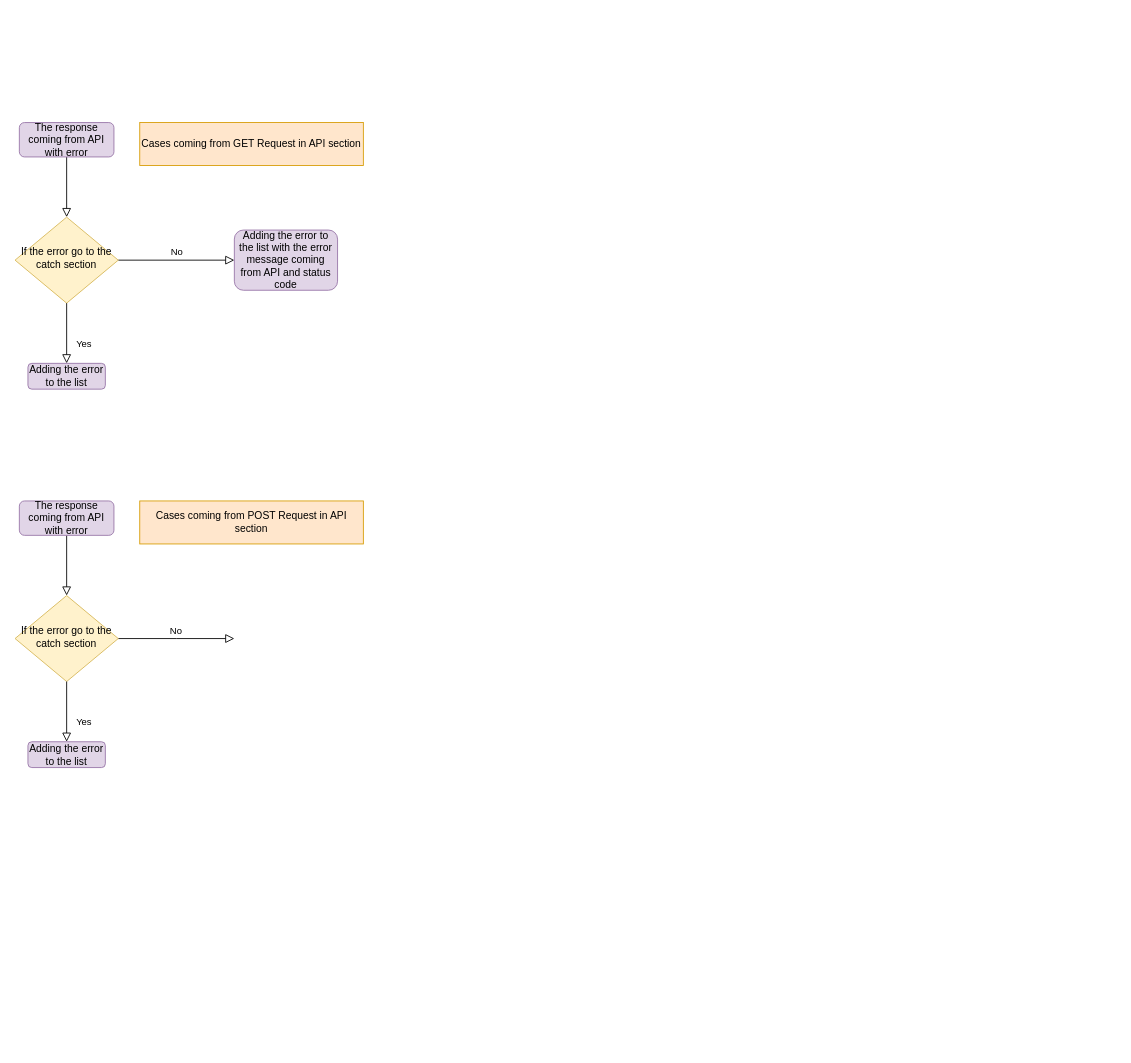
Above: Untitled Diagram.drawio in NadimAttar-developer/NLog (draw.io), before the change. Source tidied: cells renumbered, new cells numbered last; positions are measured from the earlier drawing's top-left corner, leaving out a move shared by most shapes. Both pictures are drawn from the tidied source at 86%, with x=0, y=0 at pixel (15, 122).
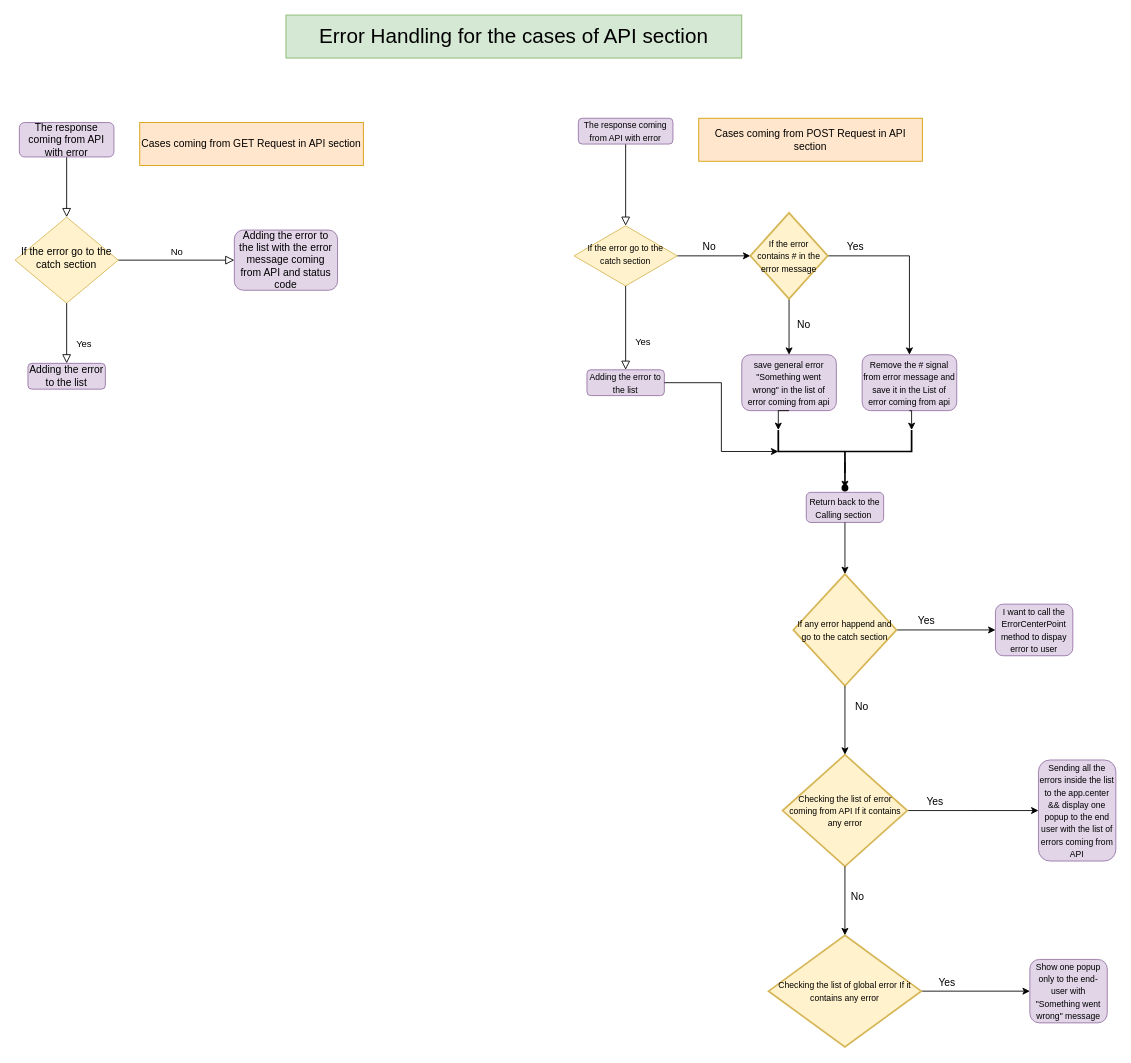
After the change.

Diff of the diagram source:
```diff
@@
-    <mxCell id="11" value="The response coming from API with error" style="rounded=1;whiteSpace=wrap;html=1;fontSize=12;glass=0;strokeWidth=1;shadow=0;fillColor=#e1d5e7;strokeColor=#9673a6;" parent="1" vertex="1">
-      <mxGeometry x="5" y="440" width="110" height="40" as="geometry" />
+    <mxCell id="11" value="&lt;font style=&quot;font-size: 10px;&quot;&gt;The response coming from API with error&lt;/font&gt;" style="rounded=1;whiteSpace=wrap;html=1;fontSize=12;glass=0;strokeWidth=1;shadow=0;fillColor=#e1d5e7;strokeColor=#9673a6;" parent="1" vertex="1">
+      <mxGeometry x="655" y="-5" width="110" height="30" as="geometry" />
     </mxCell>
-    <mxCell id="12" value="No" style="edgeStyle=orthogonalEdgeStyle;rounded=0;html=1;jettySize=auto;fontSize=11;endArrow=block;endFill=0;endSize=8;strokeWidth=1;shadow=0;labelBackgroundColor=none;" parent="1" edge="1" source="13">
-      <mxGeometry y="10" relative="1" as="geometry">
-        <mxPoint x="255" y="600" as="targetPoint" />
-      </mxGeometry>
-    </mxCell>
+    <mxCell id="17" style="edgeStyle=orthogonalEdgeStyle;rounded=0;jettySize=auto;html=1;" parent="1" edge="1" source="13" target="20">
+      <mxGeometry relative="1" as="geometry" />
+    </mxCell>
-    <mxCell id="13" value="If the error go to the catch section" style="rhombus;whiteSpace=wrap;html=1;shadow=0;fontFamily=Helvetica;fontSize=12;align=center;strokeWidth=1;spacing=6;spacingTop=-4;fillColor=#fff2cc;strokeColor=#d6b656;" parent="1" vertex="1">
-      <mxGeometry y="550" width="120" height="100" as="geometry" />
+    <mxCell id="13" value="&lt;font style=&quot;font-size: 10px;&quot;&gt;If the error go to the catch section&lt;/font&gt;" style="rhombus;whiteSpace=wrap;html=1;shadow=0;fontFamily=Helvetica;fontSize=12;align=center;strokeWidth=1;spacing=6;spacingTop=-4;fillColor=#fff2cc;strokeColor=#d6b656;" parent="1" vertex="1">
+      <mxGeometry x="650" y="120" width="120" height="70" as="geometry" />
     </mxCell>
     <mxCell id="14" value="Yes" style="rounded=0;html=1;jettySize=auto;fontSize=11;endArrow=block;endFill=0;endSize=8;strokeWidth=1;shadow=0;labelBackgroundColor=none;edgeStyle=orthogonalEdgeStyle;exitX=0.5;exitY=1;exitDx=0;exitDy=0;" parent="1" edge="1" source="13" target="15">
-      <mxGeometry x="0.33" y="20" relative="1" as="geometry" />
+      <mxGeometry x="0.34" y="20" relative="1" as="geometry" />
     </mxCell>
-    <mxCell id="15" value="Adding the error to the list" style="rounded=1;whiteSpace=wrap;html=1;fontSize=12;glass=0;strokeWidth=1;shadow=0;fillColor=#e1d5e7;strokeColor=#9673a6;" parent="1" vertex="1">
-      <mxGeometry x="15" y="720" width="90" height="30" as="geometry" />
+    <mxCell id="15" value="&lt;font style=&quot;font-size: 10px;&quot;&gt;Adding the error to the list&lt;/font&gt;" style="rounded=1;whiteSpace=wrap;html=1;fontSize=12;glass=0;strokeWidth=1;shadow=0;fillColor=#e1d5e7;strokeColor=#9673a6;" parent="1" vertex="1">
+      <mxGeometry x="665" y="287.5" width="90" height="30" as="geometry" />
     </mxCell>
     <mxCell id="16" value="Cases coming from POST Request in API section" style="rounded=0;whiteSpace=wrap;html=1;fillColor=#ffe6cc;strokeColor=#d79b00;" parent="1" vertex="1">
-      <mxGeometry x="145" y="440" width="260" height="50" as="geometry" />
+      <mxGeometry x="795" y="-5" width="260" height="50" as="geometry" />
     </mxCell>
+    <mxCell id="18" style="edgeStyle=orthogonalEdgeStyle;rounded=0;jettySize=auto;html=1;" parent="1" edge="1" source="20" target="22">
+      <mxGeometry relative="1" as="geometry" />
+    </mxCell>
+    <mxCell id="19" style="edgeStyle=orthogonalEdgeStyle;rounded=0;jettySize=auto;html=1;entryX=0.5;entryY=0;entryDx=0;entryDy=0;" parent="1" edge="1" source="20" target="24">
+      <mxGeometry relative="1" as="geometry" />
+    </mxCell>
+    <mxCell id="20" value="&lt;font style=&quot;font-size: 10px;&quot;&gt;If the error &lt;br&gt;contains # in the error message&lt;/font&gt;" style="strokeWidth=2;html=1;shape=mxgraph.flowchart.decision;whiteSpace=wrap;fillColor=#fff2cc;strokeColor=#d6b656;" parent="1" vertex="1">
+      <mxGeometry x="855" y="105" width="90" height="100" as="geometry" />
+    </mxCell>
+    <mxCell id="21" value="No" style="text;html=1;strokeColor=none;fillColor=none;align=center;verticalAlign=middle;whiteSpace=wrap;rounded=0;" parent="1" vertex="1">
+      <mxGeometry x="785" y="135" width="45" height="20" as="geometry" />
+    </mxCell>
+    <mxCell id="22" value="&lt;font style=&quot;font-size: 10px;&quot;&gt;Remove the # signal from error message and save it in the List of error coming from api&lt;/font&gt;" style="rounded=1;whiteSpace=wrap;html=1;fontSize=12;glass=0;strokeWidth=1;shadow=0;fillColor=#e1d5e7;strokeColor=#9673a6;" parent="1" vertex="1">
+      <mxGeometry x="985" y="270" width="110" height="65" as="geometry" />
+    </mxCell>
+    <mxCell id="23" value="Yes" style="text;html=1;strokeColor=none;fillColor=none;align=center;verticalAlign=middle;whiteSpace=wrap;rounded=0;" parent="1" vertex="1">
+      <mxGeometry x="955" y="135" width="45" height="20" as="geometry" />
+    </mxCell>
+    <mxCell id="24" value="&lt;font style=&quot;font-size: 10px;&quot;&gt;save general error &quot;Something went wrong&quot; in the list of error coming from api&lt;/font&gt;" style="rounded=1;whiteSpace=wrap;html=1;fontSize=12;glass=0;strokeWidth=1;shadow=0;fillColor=#e1d5e7;strokeColor=#9673a6;" parent="1" vertex="1">
+      <mxGeometry x="845" y="270" width="110" height="65" as="geometry" />
+    </mxCell>
+    <mxCell id="25" value="No" style="text;html=1;strokeColor=none;fillColor=none;align=center;verticalAlign=middle;whiteSpace=wrap;rounded=0;" parent="1" vertex="1">
+      <mxGeometry x="895" y="225" width="45" height="20" as="geometry" />
+    </mxCell>
+    <mxCell id="26" style="edgeStyle=orthogonalEdgeStyle;rounded=0;jettySize=auto;html=1;" parent="1" edge="1" source="27" target="31">
+      <mxGeometry relative="1" as="geometry" />
+    </mxCell>
+    <mxCell id="27" style="strokeWidth=2;html=1;shape=mxgraph.flowchart.annotation_2;align=left;labelPosition=right;rotation=-90;" parent="1" vertex="1">
+      <mxGeometry x="940" y="305" width="50" height="155" as="geometry" />
+    </mxCell>
+    <mxCell id="28" style="edgeStyle=orthogonalEdgeStyle;rounded=0;jettySize=auto;html=1;exitX=0.5;exitY=1;exitDx=0;exitDy=0;entryX=1;entryY=1;entryDx=0;entryDy=0;entryPerimeter=0;" parent="1" edge="1" source="22" target="27">
+      <mxGeometry relative="1" as="geometry" />
+    </mxCell>
+    <mxCell id="29" style="edgeStyle=orthogonalEdgeStyle;rounded=0;jettySize=auto;html=1;exitX=0.5;exitY=1;exitDx=0;exitDy=0;entryX=1;entryY=0;entryDx=0;entryDy=0;entryPerimeter=0;" parent="1" edge="1" source="24" target="27">
+      <mxGeometry relative="1" as="geometry" />
+    </mxCell>
+    <mxCell id="30" value="&lt;font style=&quot;font-size: 10px;&quot;&gt;Return back to the Calling section&amp;nbsp;&lt;/font&gt;" style="rounded=1;whiteSpace=wrap;html=1;fontSize=12;glass=0;strokeWidth=1;shadow=0;fillColor=#e1d5e7;strokeColor=#9673a6;" parent="1" vertex="1">
+      <mxGeometry x="920" y="430" width="90" height="35" as="geometry" />
+    </mxCell>
+    <mxCell id="31" style="shape=waypoint;sketch=0;size=6;points=[];fillColor=default;perimeter=centerPerimeter;snapToPoint=1;align=left;strokeWidth=2;" parent="1" vertex="1">
+      <mxGeometry x="955" y="415" width="20" height="20" as="geometry" />
+    </mxCell>
+    <mxCell id="32" style="edgeStyle=orthogonalEdgeStyle;rounded=0;jettySize=auto;html=1;" parent="1" edge="1" source="33" target="35">
+      <mxGeometry relative="1" as="geometry" />
+    </mxCell>
+    <mxCell id="33" value="&lt;font style=&quot;font-size: 10px;&quot;&gt;&lt;font style=&quot;&quot;&gt;If any error happend and go to the cat&lt;/font&gt;&lt;font style=&quot;&quot;&gt;ch section&lt;/font&gt;&lt;/font&gt;" style="strokeWidth=2;html=1;shape=mxgraph.flowchart.decision;whiteSpace=wrap;fillColor=#fff2cc;strokeColor=#d6b656;" parent="1" vertex="1">
+      <mxGeometry x="905" y="525" width="120" height="130" as="geometry" />
+    </mxCell>
+    <mxCell id="34" style="edgeStyle=orthogonalEdgeStyle;rounded=0;jettySize=auto;html=1;exitX=0.5;exitY=1;exitDx=0;exitDy=0;entryX=0.5;entryY=0;entryDx=0;entryDy=0;entryPerimeter=0;" parent="1" edge="1" source="30" target="33">
+      <mxGeometry relative="1" as="geometry" />
+    </mxCell>
+    <mxCell id="35" value="&lt;font style=&quot;font-size: 10px;&quot;&gt;I want to call the ErrorCenterPoint method to dispay error to user&lt;/font&gt;" style="rounded=1;whiteSpace=wrap;html=1;fontSize=12;glass=0;strokeWidth=1;shadow=0;fillColor=#e1d5e7;strokeColor=#9673a6;" parent="1" vertex="1">
+      <mxGeometry x="1140" y="560" width="90" height="60" as="geometry" />
+    </mxCell>
+    <mxCell id="36" value="Yes" style="text;html=1;strokeColor=none;fillColor=none;align=center;verticalAlign=middle;whiteSpace=wrap;rounded=0;" parent="1" vertex="1">
+      <mxGeometry x="1030" y="565" width="60" height="30" as="geometry" />
+    </mxCell>
+    <mxCell id="37" value="No" style="text;html=1;strokeColor=none;fillColor=none;align=center;verticalAlign=middle;whiteSpace=wrap;rounded=0;" parent="1" vertex="1">
+      <mxGeometry x="955" y="665" width="60" height="30" as="geometry" />
+    </mxCell>
+    <mxCell id="38" style="edgeStyle=orthogonalEdgeStyle;rounded=0;jettySize=auto;html=1;" parent="1" edge="1" source="39" target="41">
+      <mxGeometry relative="1" as="geometry" />
+    </mxCell>
+    <mxCell id="39" value="&lt;span style=&quot;font-size: 10px;&quot;&gt;Checking the list of error coming from API If it contains any error&lt;/span&gt;" style="strokeWidth=2;html=1;shape=mxgraph.flowchart.decision;whiteSpace=wrap;fillColor=#fff2cc;strokeColor=#d6b656;" parent="1" vertex="1">
+      <mxGeometry x="892.5" y="735" width="145" height="130" as="geometry" />
+    </mxCell>
+    <mxCell id="40" style="edgeStyle=orthogonalEdgeStyle;rounded=0;jettySize=auto;html=1;exitX=0.5;exitY=1;exitDx=0;exitDy=0;exitPerimeter=0;entryX=0.5;entryY=0;entryDx=0;entryDy=0;entryPerimeter=0;" parent="1" edge="1" source="33" target="39">
+      <mxGeometry relative="1" as="geometry" />
+    </mxCell>
+    <mxCell id="41" value="&lt;font style=&quot;font-size: 10px;&quot;&gt;Sending all the errors inside the list to the app.center &amp;amp;&amp;amp; display one popup to the end user with the list of errors coming from API&lt;/font&gt;" style="rounded=1;whiteSpace=wrap;html=1;fontSize=12;glass=0;strokeWidth=1;shadow=0;fillColor=#e1d5e7;strokeColor=#9673a6;" parent="1" vertex="1">
+      <mxGeometry x="1190" y="741.2" width="90" height="117.5" as="geometry" />
+    </mxCell>
+    <mxCell id="42" value="Yes" style="text;html=1;strokeColor=none;fillColor=none;align=center;verticalAlign=middle;whiteSpace=wrap;rounded=0;" parent="1" vertex="1">
+      <mxGeometry x="1040" y="775" width="60" height="30" as="geometry" />
+    </mxCell>
+    <mxCell id="43" style="edgeStyle=orthogonalEdgeStyle;rounded=0;jettySize=auto;html=1;" parent="1" edge="1" source="44" target="47">
+      <mxGeometry relative="1" as="geometry" />
+    </mxCell>
+    <mxCell id="44" value="&lt;span style=&quot;font-size: 10px;&quot;&gt;Checking the list of global error If it contains any error&lt;/span&gt;" style="strokeWidth=2;html=1;shape=mxgraph.flowchart.decision;whiteSpace=wrap;fillColor=#fff2cc;strokeColor=#d6b656;" parent="1" vertex="1">
+      <mxGeometry x="876.2" y="945" width="177.5" height="130" as="geometry" />
+    </mxCell>
+    <mxCell id="45" style="edgeStyle=orthogonalEdgeStyle;rounded=0;jettySize=auto;html=1;exitX=0.5;exitY=1;exitDx=0;exitDy=0;exitPerimeter=0;entryX=0.5;entryY=0;entryDx=0;entryDy=0;entryPerimeter=0;" parent="1" edge="1" source="39" target="44">
+      <mxGeometry relative="1" as="geometry" />
+    </mxCell>
+    <mxCell id="46" value="No" style="text;html=1;strokeColor=none;fillColor=none;align=center;verticalAlign=middle;whiteSpace=wrap;rounded=0;" parent="1" vertex="1">
+      <mxGeometry x="950" y="885" width="60" height="30" as="geometry" />
+    </mxCell>
+    <mxCell id="47" value="&lt;font style=&quot;font-size: 10px;&quot;&gt;Show one popup only to the end-user with &quot;Something went wrong&quot; message&lt;/font&gt;" style="rounded=1;whiteSpace=wrap;html=1;fontSize=12;glass=0;strokeWidth=1;shadow=0;fillColor=#e1d5e7;strokeColor=#9673a6;" parent="1" vertex="1">
+      <mxGeometry x="1180" y="973.1" width="90" height="73.8" as="geometry" />
+    </mxCell>
+    <mxCell id="48" value="Yes" style="text;html=1;strokeColor=none;fillColor=none;align=center;verticalAlign=middle;whiteSpace=wrap;rounded=0;" parent="1" vertex="1">
+      <mxGeometry x="1053.8" y="985" width="60" height="30" as="geometry" />
+    </mxCell>
+    <mxCell id="49" style="edgeStyle=orthogonalEdgeStyle;rounded=0;jettySize=auto;html=1;entryX=0.5;entryY=0;entryDx=0;entryDy=0;entryPerimeter=0;" parent="1" edge="1" source="15" target="27">
+      <mxGeometry relative="1" as="geometry" />
+    </mxCell>
+    <mxCell id="50" value="&lt;font style=&quot;font-size: 24px;&quot;&gt;Error Handling for the cases of API section&lt;/font&gt;" style="rounded=0;whiteSpace=wrap;html=1;fillColor=#d5e8d4;strokeColor=#82b366;" parent="1" vertex="1">
+      <mxGeometry x="315" y="-125" width="530" height="50" as="geometry" />
+    </mxCell>
```
